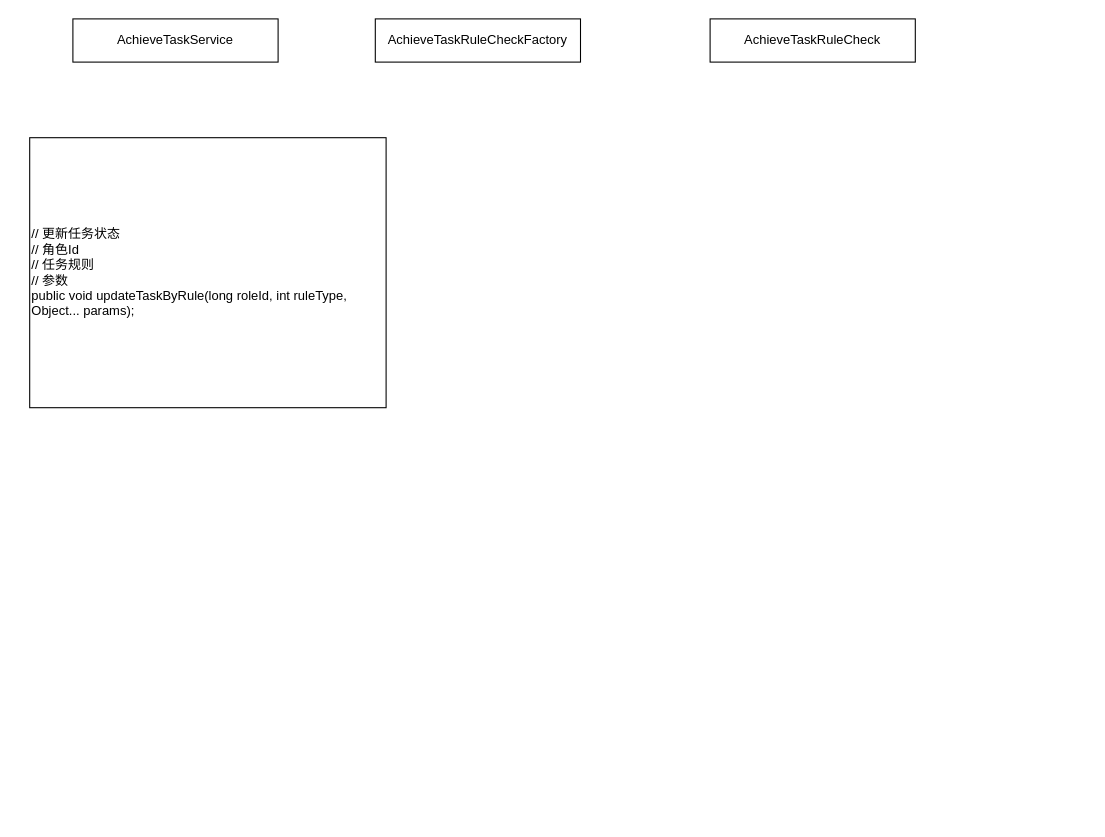
This is SS2成就任务系统.drawio from Ordertiny/graph, a draw.io file, before an edit. Source tidied: cells renumbered, new cells numbered last; positions are measured from the earlier drawing's top-left corner, leaving out a move shared by most shapes. Both pictures are drawn from the tidied source at 108%, with x=0, y=0 at pixel (29, 18).
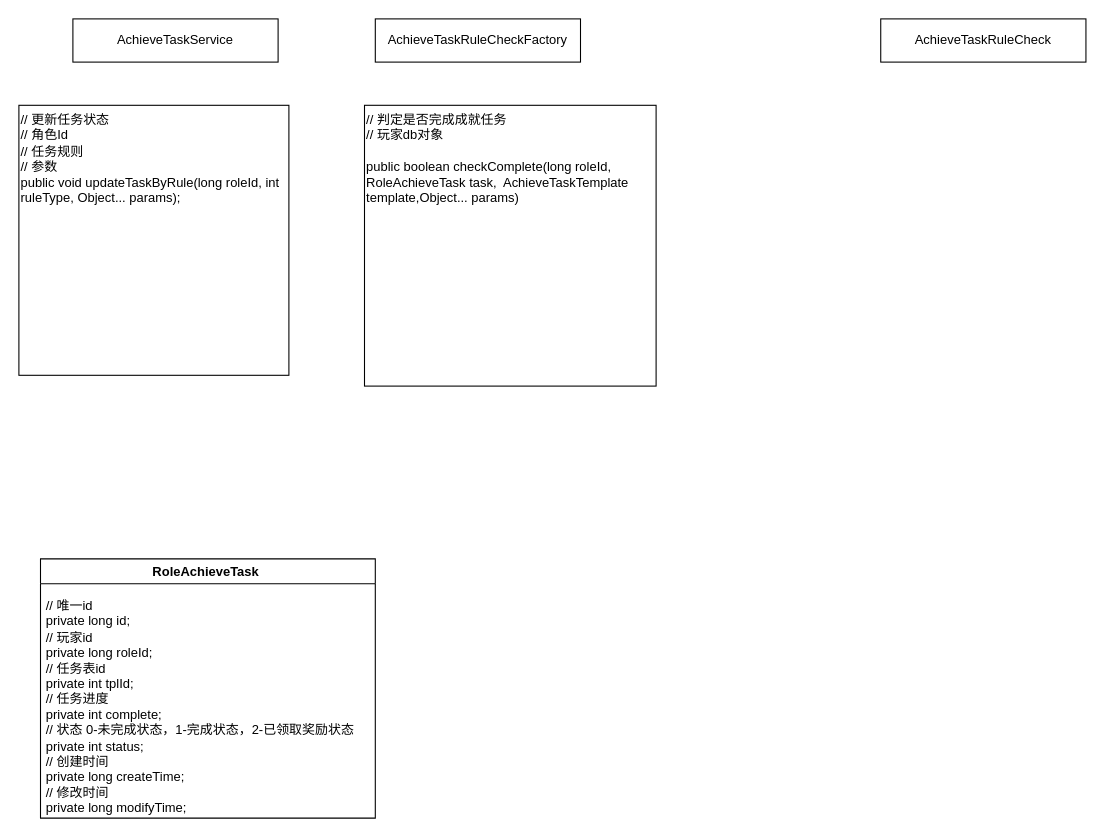
The same diagram, later.

Commit message (it also covers changes not shown here):
更新SS2成就任务系统.drawio

Diff of the diagram source:
```diff
@@
 <mxGraphModel>
   <root>
     <mxCell id="0" />
     <mxCell id="1" parent="0" />
     <mxCell id="2" value="AchieveTaskService" style="rounded=0;whiteSpace=wrap;html=1;" parent="1" vertex="1">
       <mxGeometry x="40" width="190" height="40" as="geometry" />
     </mxCell>
     <mxCell id="3" value="AchieveTaskRuleCheckFactory" style="rounded=0;whiteSpace=wrap;html=1;" parent="1" vertex="1">
       <mxGeometry x="320" width="190" height="40" as="geometry" />
     </mxCell>
     <mxCell id="4" value="AchieveTaskRuleCheck" style="rounded=0;whiteSpace=wrap;html=1;" parent="1" vertex="1">
-      <mxGeometry x="630" width="190" height="40" as="geometry" />
+      <mxGeometry x="788" width="190" height="40" as="geometry" />
     </mxCell>
-    <mxCell id="5" value="// 更新任务状态&lt;br&gt;// 角色Id&lt;br&gt;// 任务规则&lt;br&gt;// 参数&lt;br&gt;public void updateTaskByRule(long roleId, int ruleType, Object... params);" style="rounded=0;whiteSpace=wrap;html=1;align=left;" parent="1" vertex="1">
-      <mxGeometry y="110" width="330" height="250" as="geometry" />
+    <mxCell id="5" value="// 更新任务状态&lt;br&gt;// 角色Id&lt;br&gt;// 任务规则&lt;br&gt;// 参数&lt;br&gt;public void updateTaskByRule(long roleId, int ruleType, Object... params);" style="rounded=0;whiteSpace=wrap;html=1;align=left;verticalAlign=top;" parent="1" vertex="1">
+      <mxGeometry x="-10" y="80" width="250" height="250" as="geometry" />
     </mxCell>
+    <mxCell id="6" value="&lt;div&gt;// 判定是否完成成就任务&lt;/div&gt;&lt;div&gt;// 玩家db对象&lt;/div&gt;&lt;div&gt;&lt;br&gt;&lt;/div&gt;&lt;div&gt;public boolean checkComplete(long roleId, RoleAchieveTask task,&amp;nbsp; AchieveTaskTemplate template,&lt;span style=&quot;background-color: initial;&quot;&gt;Object... params)&lt;/span&gt;&lt;/div&gt;" style="rounded=0;whiteSpace=wrap;html=1;align=left;verticalAlign=top;" parent="1" vertex="1">
+      <mxGeometry x="310" y="80" width="270" height="260" as="geometry" />
+    </mxCell>
+    <mxCell id="7" value="RoleAchieveTask " style="swimlane;" parent="1" vertex="1">
+      <mxGeometry x="10" y="500" width="310" height="240" as="geometry" />
+    </mxCell>
+    <mxCell id="8" value="&lt;div&gt;&amp;nbsp; &amp;nbsp; // 唯一id&lt;/div&gt;&lt;div&gt;&amp;nbsp; &amp;nbsp; private long id;&lt;/div&gt;&lt;div&gt;&amp;nbsp; &amp;nbsp; // 玩家id&lt;/div&gt;&lt;div&gt;&amp;nbsp; &amp;nbsp; private long roleId;&lt;/div&gt;&lt;div&gt;&amp;nbsp; &amp;nbsp; // 任务表id&lt;/div&gt;&lt;div&gt;&amp;nbsp; &amp;nbsp; private int tplId;&lt;/div&gt;&lt;div&gt;&amp;nbsp; &amp;nbsp; // 任务进度&lt;/div&gt;&lt;div&gt;&amp;nbsp; &amp;nbsp; private int complete;&lt;/div&gt;&lt;div&gt;&amp;nbsp; &amp;nbsp; // 状态 0-未完成状态，1-完成状态，2-已领取奖励状态&lt;/div&gt;&lt;div&gt;&amp;nbsp; &amp;nbsp; private int status;&lt;/div&gt;&lt;div&gt;&amp;nbsp; &amp;nbsp; // 创建时间&lt;/div&gt;&lt;div&gt;&amp;nbsp; &amp;nbsp; private long createTime;&lt;/div&gt;&lt;div&gt;&amp;nbsp; &amp;nbsp; // 修改时间&lt;/div&gt;&lt;div&gt;&amp;nbsp; &amp;nbsp; private long modifyTime;&lt;/div&gt;" style="text;html=1;align=left;verticalAlign=top;strokeColor=none;fillColor=none;" parent="7" vertex="1">
+      <mxGeometry x="-10" y="30" width="320" height="210" as="geometry" />
+    </mxCell>
   </root>
 </mxGraphModel>
```
